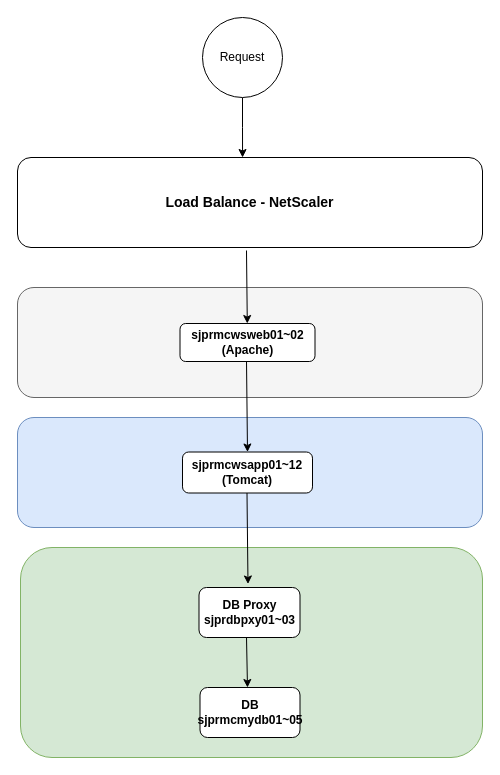
Earlier version of the draw.io diagram DS Physical View.drawio (linyoushan/drawio). Source tidied: cells renumbered, new cells numbered last; positions are measured from the earlier drawing's top-left corner, leaving out a move shared by most shapes. Both pictures are drawn from the tidied source at 100%, with x=0, y=0 at pixel (17, 17).
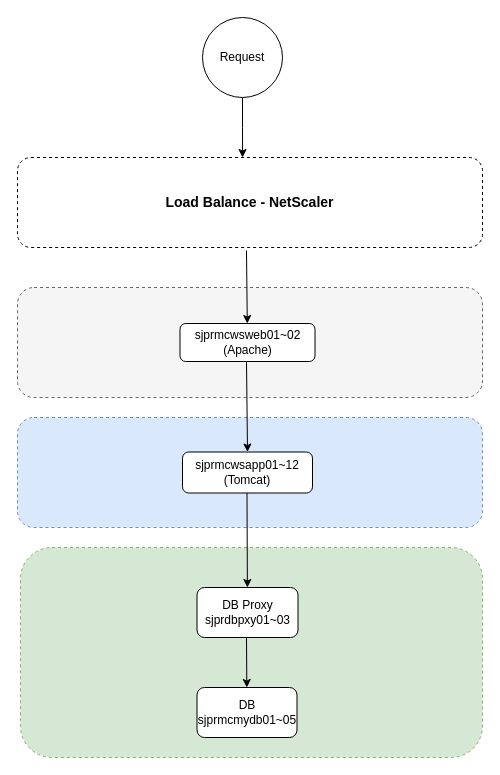
The same diagram, later.

Diff of the diagram source:
```diff
@@
 <mxGraphModel>
   <root>
     <mxCell id="0" />
     <mxCell id="1" parent="0" />
     <mxCell id="2" style="edgeStyle=orthogonalEdgeStyle;rounded=0;jettySize=auto;html=1;exitX=0.5;exitY=1;exitDx=0;exitDy=0;entryX=0.484;entryY=0;entryDx=0;entryDy=0;entryPerimeter=0;fontSize=12;" parent="1" edge="1" source="3" target="4">
       <mxGeometry relative="1" as="geometry" />
     </mxCell>
     <mxCell id="3" value="Request" style="ellipse;whiteSpace=wrap;html=1;" parent="1" vertex="1">
       <mxGeometry x="185" width="80" height="80" as="geometry" />
     </mxCell>
-    <mxCell id="4" value="Load Balance - NetScaler" style="rounded=1;whiteSpace=wrap;html=1;fontStyle=1;fontSize=14;" parent="1" vertex="1">
+    <mxCell id="4" value="Load Balance - NetScaler" style="rounded=1;whiteSpace=wrap;html=1;fontStyle=1;fontSize=14;dashed=1;" parent="1" vertex="1">
       <mxGeometry y="140" width="465" height="90" as="geometry" />
     </mxCell>
-    <mxCell id="5" style="rounded=1;whiteSpace=wrap;html=1;fontStyle=1;fontSize=14;fillColor=#f5f5f5;strokeColor=#666666;fontColor=#333333;" parent="1" vertex="1">
+    <mxCell id="5" style="rounded=1;whiteSpace=wrap;html=1;fontStyle=1;fontSize=14;fillColor=#f5f5f5;strokeColor=#666666;fontColor=#333333;dashed=1;" parent="1" vertex="1">
       <mxGeometry y="270" width="465" height="110" as="geometry" />
     </mxCell>
-    <mxCell id="6" value="sjprmcwsweb01~02&lt;br style=&quot;font-size: 12px&quot;&gt;(Apache)" style="rounded=1;whiteSpace=wrap;html=1;fontSize=12;fontStyle=1;" parent="1" vertex="1">
+    <mxCell id="6" value="sjprmcwsweb01~02&lt;br style=&quot;font-size: 12px&quot;&gt;(Apache)" style="rounded=1;whiteSpace=wrap;html=1;fontSize=12;fontStyle=0;" parent="1" vertex="1">
       <mxGeometry x="162.5" y="306" width="135" height="38" as="geometry" />
     </mxCell>
-    <mxCell id="7" style="rounded=1;whiteSpace=wrap;html=1;fontStyle=1;fontSize=14;fillColor=#dae8fc;strokeColor=#6c8ebf;" parent="1" vertex="1">
+    <mxCell id="7" style="rounded=1;whiteSpace=wrap;html=1;fontStyle=1;fontSize=14;fillColor=#dae8fc;strokeColor=#6c8ebf;dashed=1;" parent="1" vertex="1">
       <mxGeometry y="400" width="465" height="110" as="geometry" />
     </mxCell>
-    <mxCell id="8" value="sjprmcwsapp01~12&lt;br style=&quot;font-size: 12px&quot;&gt;(Tomcat)" style="rounded=1;whiteSpace=wrap;html=1;fontSize=12;fontStyle=1;" parent="1" vertex="1">
+    <mxCell id="8" value="sjprmcwsapp01~12&lt;br style=&quot;font-size: 12px&quot;&gt;(Tomcat)" style="rounded=1;whiteSpace=wrap;html=1;fontSize=12;fontStyle=0;" parent="1" vertex="1">
       <mxGeometry x="165" y="434.5" width="130" height="41" as="geometry" />
     </mxCell>
-    <mxCell id="9" style="rounded=1;whiteSpace=wrap;html=1;fontStyle=1;fontSize=14;fillColor=#d5e8d4;strokeColor=#82b366;" parent="1" vertex="1">
+    <mxCell id="9" style="rounded=1;whiteSpace=wrap;html=1;fontStyle=1;fontSize=14;fillColor=#d5e8d4;strokeColor=#82b366;dashed=1;" parent="1" vertex="1">
       <mxGeometry x="3" y="530" width="462" height="210" as="geometry" />
     </mxCell>
-    <mxCell id="10" value="DB Proxy&lt;br&gt;sjprdbpxy01~03" style="rounded=1;whiteSpace=wrap;html=1;fontSize=12;fontStyle=1;" parent="1" vertex="1">
-      <mxGeometry x="181.5" y="570" width="101" height="50" as="geometry" />
+    <mxCell id="10" value="DB Proxy&lt;br&gt;sjprdbpxy01~03" style="rounded=1;whiteSpace=wrap;html=1;fontSize=12;fontStyle=0;" parent="1" vertex="1">
+      <mxGeometry x="179.5" y="570" width="101" height="50" as="geometry" />
     </mxCell>
-    <mxCell id="11" value="DB&lt;br&gt;sjprmcmydb01~05" style="rounded=1;whiteSpace=wrap;html=1;fontSize=12;fontStyle=1;" parent="1" vertex="1">
-      <mxGeometry x="182.5" y="670" width="100" height="50" as="geometry" />
+    <mxCell id="11" value="DB&lt;br&gt;sjprmcmydb01~05" style="rounded=1;whiteSpace=wrap;html=1;fontSize=12;fontStyle=0;" parent="1" vertex="1">
+      <mxGeometry x="179.5" y="670" width="100" height="50" as="geometry" />
     </mxCell>
     <mxCell id="12" style="endArrow=classic;html=1;fontSize=12;" parent="1" edge="1" target="6">
       <mxGeometry relative="1" as="geometry">
         <mxPoint x="229" y="233" as="sourcePoint" />
       </mxGeometry>
     </mxCell>
     <mxCell id="13" style="endArrow=classic;html=1;fontSize=12;entryX=0.5;entryY=0;entryDx=0;entryDy=0;" parent="1" edge="1" target="8">
       <mxGeometry relative="1" as="geometry">
         <mxPoint x="229" y="343.5" as="sourcePoint" />
       </mxGeometry>
     </mxCell>
-    <mxCell id="14" style="endArrow=classic;html=1;fontSize=12;entryX=0.5;entryY=0;entryDx=0;entryDy=0;" parent="1" edge="1">
+    <mxCell id="14" style="endArrow=classic;html=1;fontSize=12;" parent="1" edge="1" target="10">
       <mxGeometry relative="1" as="geometry">
         <mxPoint x="229.5" y="475.5" as="sourcePoint" />
-        <mxPoint x="230.5" y="566.5" as="targetPoint" />
       </mxGeometry>
     </mxCell>
-    <mxCell id="15" style="endArrow=classic;html=1;fontSize=12;" parent="1" edge="1">
+    <mxCell id="15" style="endArrow=classic;html=1;fontSize=12;" parent="1" edge="1" target="11">
       <mxGeometry relative="1" as="geometry">
         <mxPoint x="229" y="620" as="sourcePoint" />
-        <mxPoint x="230" y="670" as="targetPoint" />
       </mxGeometry>
     </mxCell>
   </root>
 </mxGraphModel>
```
